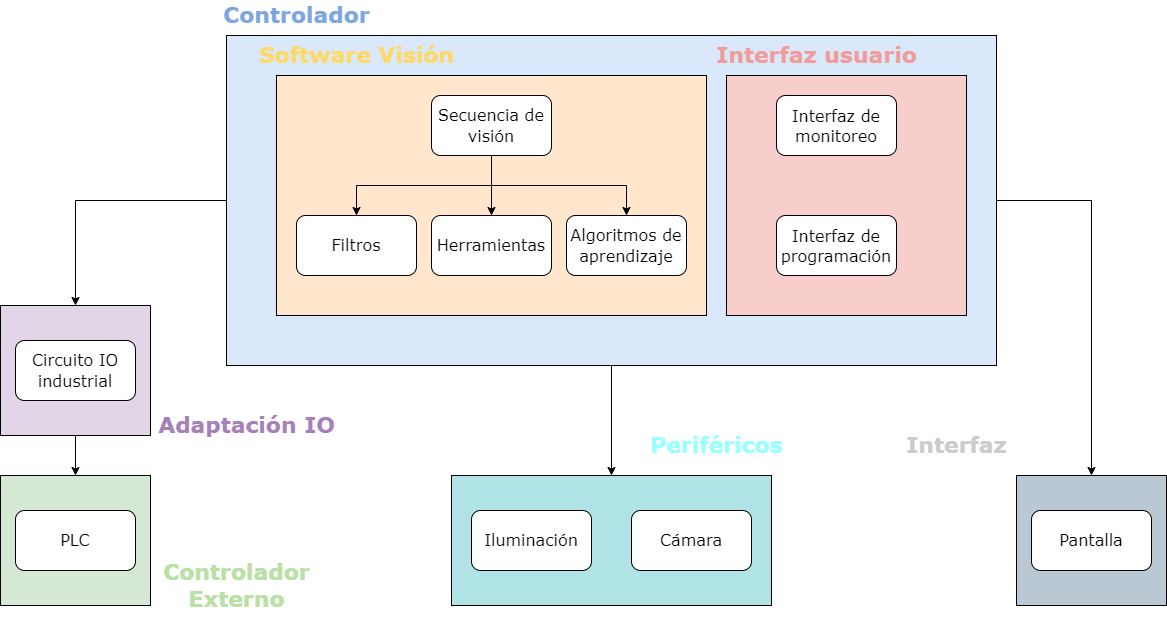
Above: Figuras/TPF_CEIA_diagrama_bloques.png in jorgetrumbel/Plan_CEIA (draw.io), before the change. Source tidied: cells renumbered, new cells last; positions are measured from the earlier drawing's top-left corner, leaving out a move shared by most shapes.
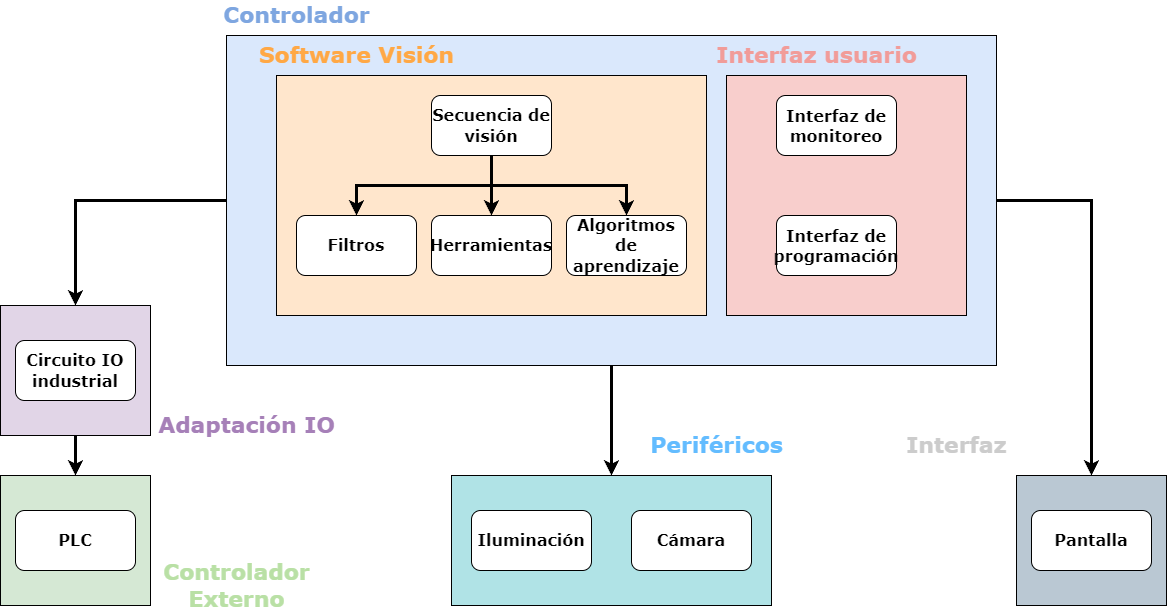
Later version of the same file.

Change to the diagram source:
```diff
@@ -2,13 +2,13 @@
   <root>
     <mxCell id="0" />
     <mxCell id="1" parent="0" />
-    <mxCell id="2" style="edgeStyle=orthogonalEdgeStyle;rounded=0;jettySize=auto;html=1;exitX=0;exitY=0.5;exitDx=0;exitDy=0;entryX=0.5;entryY=0;entryDx=0;entryDy=0;fontFamily=Verdana;fontSize=18;fontColor=#B9E0A5;" parent="1" edge="1" source="5" target="10">
+    <mxCell id="2" style="edgeStyle=orthogonalEdgeStyle;rounded=0;jettySize=auto;html=1;exitX=0;exitY=0.5;exitDx=0;exitDy=0;entryX=0.5;entryY=0;entryDx=0;entryDy=0;fontFamily=Verdana;fontSize=18;fontColor=#B9E0A5;strokeWidth=3;" parent="1" edge="1" source="5" target="10">
       <mxGeometry relative="1" as="geometry" />
     </mxCell>
-    <mxCell id="3" style="edgeStyle=orthogonalEdgeStyle;rounded=0;jettySize=auto;html=1;exitX=0.5;exitY=1;exitDx=0;exitDy=0;fontFamily=Verdana;fontSize=18;fontColor=#B9E0A5;" parent="1" edge="1" source="5" target="27">
+    <mxCell id="3" style="edgeStyle=orthogonalEdgeStyle;rounded=0;jettySize=auto;html=1;exitX=0.5;exitY=1;exitDx=0;exitDy=0;fontFamily=Verdana;fontSize=18;fontColor=#B9E0A5;strokeWidth=3;" parent="1" edge="1" source="5" target="27">
       <mxGeometry relative="1" as="geometry" />
     </mxCell>
-    <mxCell id="4" style="edgeStyle=orthogonalEdgeStyle;rounded=0;jettySize=auto;html=1;exitX=1;exitY=0.5;exitDx=0;exitDy=0;entryX=0.5;entryY=0;entryDx=0;entryDy=0;fontFamily=Verdana;fontSize=18;fontColor=#CCCCCC;" parent="1" edge="1" source="5" target="31">
+    <mxCell id="4" style="edgeStyle=orthogonalEdgeStyle;rounded=0;jettySize=auto;html=1;exitX=1;exitY=0.5;exitDx=0;exitDy=0;entryX=0.5;entryY=0;entryDx=0;entryDy=0;fontFamily=Verdana;fontSize=18;fontColor=#CCCCCC;strokeWidth=3;" parent="1" edge="1" source="5" target="31">
       <mxGeometry relative="1" as="geometry" />
     </mxCell>
     <mxCell id="5" style="rounded=0;whiteSpace=wrap;html=1;fontFamily=Verdana;fillColor=#dae8fc;strokeColor=#000000;" parent="1" vertex="1">
@@ -20,19 +20,19 @@
     <mxCell id="7" style="rounded=0;whiteSpace=wrap;html=1;fillColor=#d5e8d4;strokeColor=#000000;" parent="1" vertex="1">
       <mxGeometry y="475" width="150" height="130" as="geometry" />
     </mxCell>
-    <mxCell id="8" value="&lt;font face=&quot;Verdana&quot; style=&quot;font-size: 16px;&quot;&gt;PLC&lt;/font&gt;" style="rounded=1;whiteSpace=wrap;html=1;fontSize=16;" parent="1" vertex="1">
+    <mxCell id="8" value="&lt;font face=&quot;Verdana&quot; style=&quot;font-size: 16px;&quot;&gt;PLC&lt;/font&gt;" style="rounded=1;whiteSpace=wrap;html=1;fontSize=16;fontStyle=1;" parent="1" vertex="1">
       <mxGeometry x="15" y="510" width="120" height="60" as="geometry" />
     </mxCell>
-    <mxCell id="9" style="edgeStyle=orthogonalEdgeStyle;rounded=0;jettySize=auto;html=1;exitX=0.5;exitY=1;exitDx=0;exitDy=0;entryX=0.5;entryY=0;entryDx=0;entryDy=0;fontFamily=Verdana;fontSize=18;fontColor=#B9E0A5;" parent="1" edge="1" source="10" target="7">
+    <mxCell id="9" style="edgeStyle=orthogonalEdgeStyle;rounded=0;jettySize=auto;html=1;exitX=0.5;exitY=1;exitDx=0;exitDy=0;entryX=0.5;entryY=0;entryDx=0;entryDy=0;fontFamily=Verdana;fontSize=18;fontColor=#B9E0A5;strokeWidth=3;" parent="1" edge="1" source="10" target="7">
       <mxGeometry relative="1" as="geometry" />
     </mxCell>
     <mxCell id="10" style="rounded=0;whiteSpace=wrap;html=1;fillColor=#e1d5e7;strokeColor=#000000;" parent="1" vertex="1">
       <mxGeometry y="305" width="150" height="130" as="geometry" />
     </mxCell>
-    <mxCell id="11" value="&lt;font face=&quot;Verdana&quot; style=&quot;font-size: 16px&quot;&gt;Circuito IO industrial&lt;/font&gt;" style="rounded=1;whiteSpace=wrap;html=1;fontSize=16;" parent="1" vertex="1">
+    <mxCell id="11" value="&lt;font face=&quot;Verdana&quot; style=&quot;font-size: 16px&quot;&gt;Circuito IO industrial&lt;/font&gt;" style="rounded=1;whiteSpace=wrap;html=1;fontSize=16;fontStyle=1;" parent="1" vertex="1">
       <mxGeometry x="15" y="340" width="120" height="60" as="geometry" />
     </mxCell>
-    <mxCell id="12" style="edgeStyle=orthogonalEdgeStyle;rounded=0;jettySize=auto;html=1;fontFamily=Verdana;" parent="1" edge="1" target="16">
+    <mxCell id="12" style="edgeStyle=orthogonalEdgeStyle;rounded=0;jettySize=auto;html=1;fontFamily=Verdana;strokeWidth=3;" parent="1" edge="1" target="16">
       <mxGeometry relative="1" as="geometry">
         <mxPoint x="491" y="155" as="sourcePoint" />
         <Array as="points">
@@ -41,35 +41,35 @@
         </Array>
       </mxGeometry>
     </mxCell>
-    <mxCell id="13" style="edgeStyle=orthogonalEdgeStyle;rounded=0;jettySize=auto;html=1;exitX=0.5;exitY=1;exitDx=0;exitDy=0;fontFamily=Verdana;" parent="1" edge="1" source="15" target="17">
+    <mxCell id="13" style="edgeStyle=orthogonalEdgeStyle;rounded=0;jettySize=auto;html=1;exitX=0.5;exitY=1;exitDx=0;exitDy=0;fontFamily=Verdana;strokeWidth=3;" parent="1" edge="1" source="15" target="17">
       <mxGeometry relative="1" as="geometry" />
     </mxCell>
-    <mxCell id="14" style="edgeStyle=orthogonalEdgeStyle;rounded=0;jettySize=auto;html=1;exitX=0.5;exitY=1;exitDx=0;exitDy=0;entryX=0.5;entryY=0;entryDx=0;entryDy=0;fontFamily=Verdana;" parent="1" edge="1" source="15" target="18">
+    <mxCell id="14" style="edgeStyle=orthogonalEdgeStyle;rounded=0;jettySize=auto;html=1;exitX=0.5;exitY=1;exitDx=0;exitDy=0;entryX=0.5;entryY=0;entryDx=0;entryDy=0;fontFamily=Verdana;strokeWidth=3;" parent="1" edge="1" source="15" target="18">
       <mxGeometry relative="1" as="geometry" />
     </mxCell>
-    <mxCell id="15" value="&lt;font face=&quot;Verdana&quot; style=&quot;font-size: 16px;&quot;&gt;Secuencia de visión&lt;/font&gt;" style="rounded=1;whiteSpace=wrap;html=1;fontSize=16;" parent="1" vertex="1">
+    <mxCell id="15" value="&lt;font face=&quot;Verdana&quot; style=&quot;font-size: 16px;&quot;&gt;Secuencia de visión&lt;/font&gt;" style="rounded=1;whiteSpace=wrap;html=1;fontSize=16;fontStyle=1;" parent="1" vertex="1">
       <mxGeometry x="431" y="95" width="120" height="60" as="geometry" />
     </mxCell>
-    <mxCell id="16" value="&lt;font face=&quot;Verdana&quot; style=&quot;font-size: 16px;&quot;&gt;Filtros&lt;/font&gt;" style="rounded=1;whiteSpace=wrap;html=1;fontSize=16;" parent="1" vertex="1">
+    <mxCell id="16" value="&lt;font face=&quot;Verdana&quot; style=&quot;font-size: 16px;&quot;&gt;Filtros&lt;/font&gt;" style="rounded=1;whiteSpace=wrap;html=1;fontSize=16;fontStyle=1;" parent="1" vertex="1">
       <mxGeometry x="296" y="215" width="120" height="60" as="geometry" />
     </mxCell>
-    <mxCell id="17" value="&lt;font face=&quot;Verdana&quot; style=&quot;font-size: 16px;&quot;&gt;Herramientas&lt;/font&gt;" style="rounded=1;whiteSpace=wrap;html=1;fontSize=16;" parent="1" vertex="1">
+    <mxCell id="17" value="&lt;font face=&quot;Verdana&quot; style=&quot;font-size: 16px;&quot;&gt;Herramientas&lt;/font&gt;" style="rounded=1;whiteSpace=wrap;html=1;fontSize=16;fontStyle=1;" parent="1" vertex="1">
       <mxGeometry x="431" y="215" width="120" height="60" as="geometry" />
     </mxCell>
-    <mxCell id="18" value="&lt;font face=&quot;Verdana&quot; style=&quot;font-size: 16px;&quot;&gt;Algoritmos de aprendizaje&lt;/font&gt;" style="rounded=1;whiteSpace=wrap;html=1;fontSize=16;" parent="1" vertex="1">
+    <mxCell id="18" value="&lt;font face=&quot;Verdana&quot; style=&quot;font-size: 16px;&quot;&gt;Algoritmos de aprendizaje&lt;/font&gt;" style="rounded=1;whiteSpace=wrap;html=1;fontSize=16;fontStyle=1;" parent="1" vertex="1">
       <mxGeometry x="566" y="215" width="120" height="60" as="geometry" />
     </mxCell>
     <mxCell id="19" style="rounded=0;whiteSpace=wrap;html=1;fillColor=#f8cecc;strokeColor=#000000;" parent="1" vertex="1">
       <mxGeometry x="726" y="75" width="240" height="240" as="geometry" />
     </mxCell>
-    <mxCell id="20" value="Interfaz de monitoreo" style="rounded=1;whiteSpace=wrap;html=1;fontFamily=Verdana;fontSize=16;" parent="1" vertex="1">
+    <mxCell id="20" value="Interfaz de monitoreo" style="rounded=1;whiteSpace=wrap;html=1;fontFamily=Verdana;fontSize=16;fontStyle=1;" parent="1" vertex="1">
       <mxGeometry x="776" y="95" width="120" height="60" as="geometry" />
     </mxCell>
-    <mxCell id="21" value="Interfaz de programación" style="rounded=1;whiteSpace=wrap;html=1;fontFamily=Verdana;fontSize=16;" parent="1" vertex="1">
+    <mxCell id="21" value="Interfaz de programación" style="rounded=1;whiteSpace=wrap;html=1;fontFamily=Verdana;fontSize=16;fontStyle=1;" parent="1" vertex="1">
       <mxGeometry x="776" y="215" width="120" height="60" as="geometry" />
     </mxCell>
-    <mxCell id="22" value="&lt;font style=&quot;font-size: 22px;&quot; color=&quot;#ffd966&quot;&gt;&lt;b style=&quot;font-size: 22px;&quot;&gt;Software Visión&lt;/b&gt;&lt;/font&gt;" style="text;html=1;align=center;verticalAlign=middle;strokeColor=none;fillColor=none;fontFamily=Verdana;fontSize=22;" parent="1" vertex="1">
-      <mxGeometry x="251" y="40" width="210" height="30" as="geometry" />
+    <mxCell id="22" value="&lt;font color=&quot;#ffa845&quot; style=&quot;font-size: 22px;&quot;&gt;&lt;b style=&quot;font-size: 22px;&quot;&gt;Software Visión&lt;/b&gt;&lt;/font&gt;" style="text;html=1;align=center;verticalAlign=middle;strokeColor=none;fillColor=none;fontFamily=Verdana;fontSize=22;" parent="1" vertex="1">
+      <mxGeometry x="246" y="35" width="220" height="40" as="geometry" />
     </mxCell>
     <mxCell id="23" value="&lt;font style=&quot;font-size: 22px;&quot; color=&quot;#f19c99&quot;&gt;&lt;b style=&quot;font-size: 22px;&quot;&gt;Interfaz usuario&lt;/b&gt;&lt;/font&gt;" style="text;html=1;align=center;verticalAlign=middle;strokeColor=none;fillColor=none;fontFamily=Verdana;fontSize=22;" parent="1" vertex="1">
       <mxGeometry x="706" y="40" width="220" height="30" as="geometry" />
@@ -86,19 +86,19 @@
     <mxCell id="27" style="rounded=0;whiteSpace=wrap;html=1;fontFamily=Verdana;fontSize=18;fillColor=#b0e3e6;strokeColor=#000000;" parent="1" vertex="1">
       <mxGeometry x="451" y="475" width="320" height="130" as="geometry" />
     </mxCell>
-    <mxCell id="28" value="&lt;font face=&quot;Verdana&quot; style=&quot;font-size: 16px;&quot;&gt;Iluminación&lt;/font&gt;" style="rounded=1;whiteSpace=wrap;html=1;fontSize=16;" parent="1" vertex="1">
+    <mxCell id="28" value="&lt;font face=&quot;Verdana&quot; style=&quot;font-size: 16px;&quot;&gt;Iluminación&lt;/font&gt;" style="rounded=1;whiteSpace=wrap;html=1;fontSize=16;fontStyle=1;" parent="1" vertex="1">
       <mxGeometry x="471" y="510" width="120" height="60" as="geometry" />
     </mxCell>
-    <mxCell id="29" value="&lt;font face=&quot;Verdana&quot; style=&quot;font-size: 16px;&quot;&gt;Cámara&lt;/font&gt;" style="rounded=1;whiteSpace=wrap;html=1;fontSize=16;" parent="1" vertex="1">
+    <mxCell id="29" value="&lt;font face=&quot;Verdana&quot; style=&quot;font-size: 16px;&quot;&gt;Cámara&lt;/font&gt;" style="rounded=1;whiteSpace=wrap;html=1;fontSize=16;fontStyle=1;" parent="1" vertex="1">
       <mxGeometry x="631" y="510" width="120" height="60" as="geometry" />
     </mxCell>
-    <mxCell id="30" value="&lt;span style=&quot;font-size: 22px;&quot;&gt;&lt;b style=&quot;font-size: 22px;&quot;&gt;&lt;font color=&quot;#99ffff&quot; style=&quot;font-size: 22px;&quot;&gt;Periféricos&lt;/font&gt;&lt;/b&gt;&lt;/span&gt;" style="text;html=1;align=center;verticalAlign=middle;strokeColor=none;fillColor=none;fontFamily=Verdana;fontSize=22;" parent="1" vertex="1">
-      <mxGeometry x="641" y="430" width="150" height="30" as="geometry" />
+    <mxCell id="30" value="&lt;span style=&quot;font-size: 22px;&quot;&gt;&lt;b style=&quot;font-size: 22px;&quot;&gt;&lt;font color=&quot;#63bcff&quot; style=&quot;font-size: 22px;&quot;&gt;Periféricos&lt;/font&gt;&lt;/b&gt;&lt;/span&gt;" style="text;html=1;align=center;verticalAlign=middle;strokeColor=none;fillColor=none;fontFamily=Verdana;fontSize=22;" parent="1" vertex="1">
+      <mxGeometry x="636" y="425" width="160" height="40" as="geometry" />
     </mxCell>
     <mxCell id="31" style="rounded=0;whiteSpace=wrap;html=1;fillColor=#bac8d3;strokeColor=#000000;" parent="1" vertex="1">
       <mxGeometry x="1016" y="475" width="150" height="130" as="geometry" />
     </mxCell>
-    <mxCell id="32" value="&lt;font face=&quot;Verdana&quot; style=&quot;font-size: 16px;&quot;&gt;Pantalla&lt;/font&gt;" style="rounded=1;whiteSpace=wrap;html=1;fontSize=16;" parent="1" vertex="1">
+    <mxCell id="32" value="&lt;font face=&quot;Verdana&quot; style=&quot;font-size: 16px;&quot;&gt;Pantalla&lt;/font&gt;" style="rounded=1;whiteSpace=wrap;html=1;fontSize=16;fontStyle=1;" parent="1" vertex="1">
       <mxGeometry x="1031" y="510" width="120" height="60" as="geometry" />
     </mxCell>
     <mxCell id="33" value="&lt;font style=&quot;font-size: 22px;&quot; color=&quot;#cccccc&quot;&gt;&lt;b style=&quot;font-size: 22px;&quot;&gt;Interfaz&lt;/b&gt;&lt;/font&gt;" style="text;html=1;align=center;verticalAlign=middle;strokeColor=none;fillColor=none;fontFamily=Verdana;fontSize=22;" parent="1" vertex="1">
```
